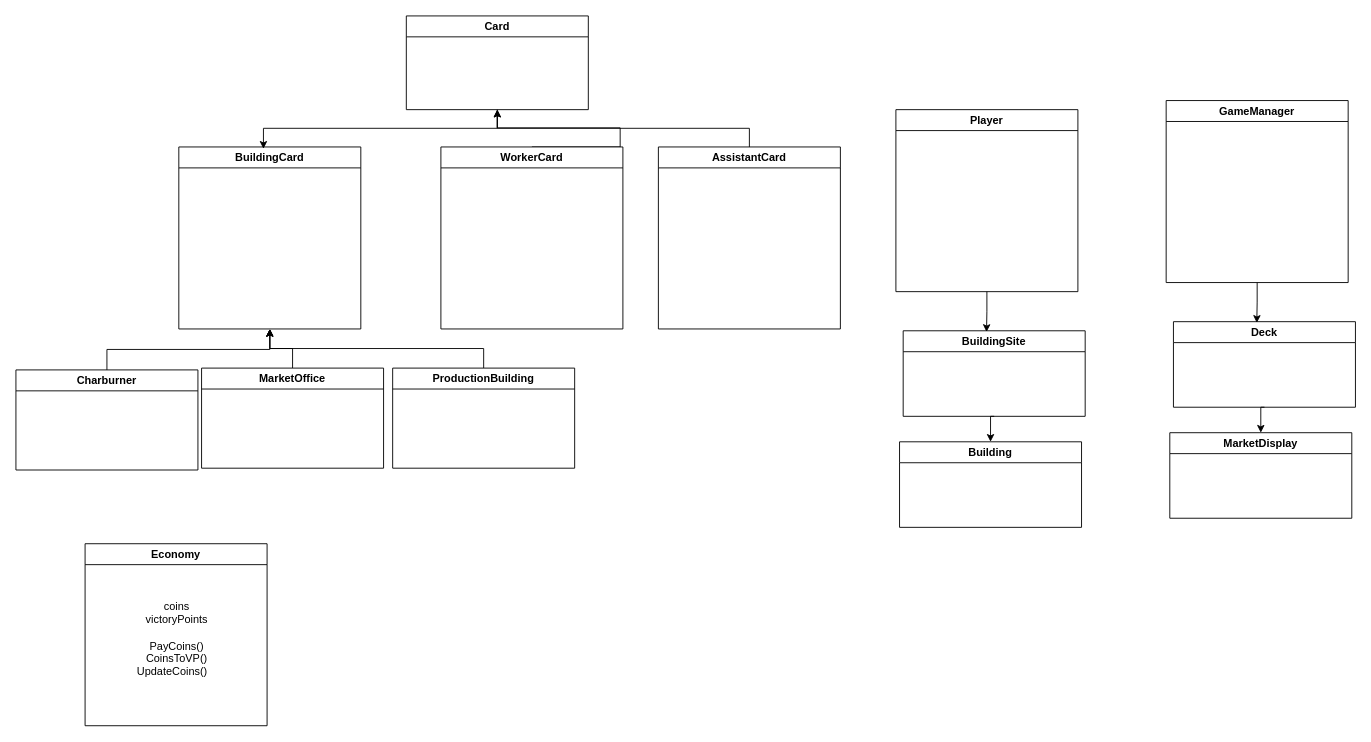
jeutn/omg-research-project keeps this draw.io diagram as omg uml diagram.drawio. Above is the earlier version. Source tidied: cells renumbered, new cells numbered last; positions are measured from the earlier drawing's top-left corner, leaving out a move shared by most shapes. Both pictures are drawn from the tidied source at 91%, with x=0, y=0 at pixel (15, 15).
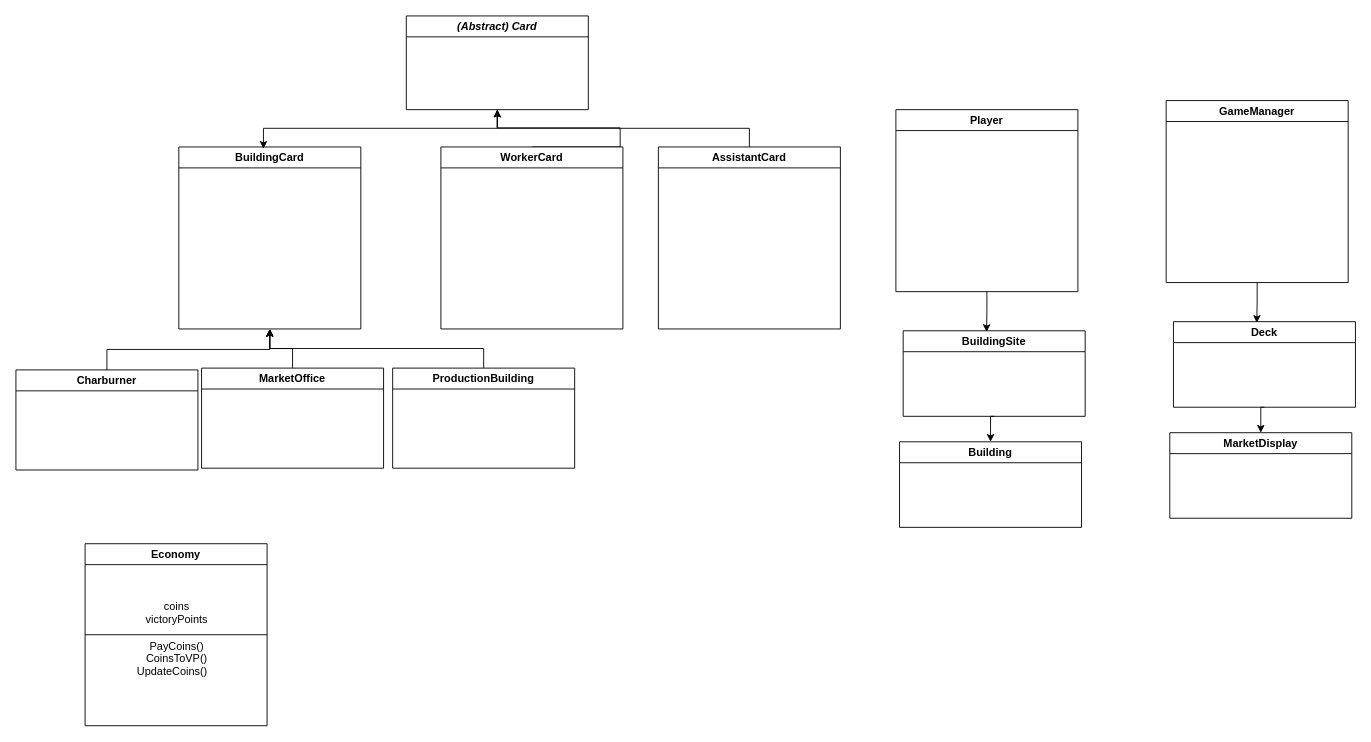
After the change.

The change refers to these unchanged cells:
```xml
<mxCell id="25" value="Economy" style="swimlane;whiteSpace=wrap;html=1;" parent="1" vertex="1">
  <mxGeometry x="76" y="580" width="200" height="200" as="geometry" />
</mxCell>
```

What changed in the source:
```diff
@@
-    <mxCell id="2" value="Card" style="swimlane;whiteSpace=wrap;html=1;" parent="1" vertex="1">
+    <mxCell id="2" value="&lt;i&gt;(Abstract) Card&lt;/i&gt;" style="swimlane;whiteSpace=wrap;html=1;" parent="1" vertex="1">
       <mxGeometry x="429" width="200" height="103" as="geometry" />
     </mxCell>
@@
+    <mxCell id="27" style="endArrow=none;html=1;rounded=0;exitX=0;exitY=0.5;exitDx=0;exitDy=0;entryX=1;entryY=0.5;entryDx=0;entryDy=0;" parent="1" edge="1" source="25" target="25">
+      <mxGeometry relative="1" as="geometry" />
+    </mxCell>
```
